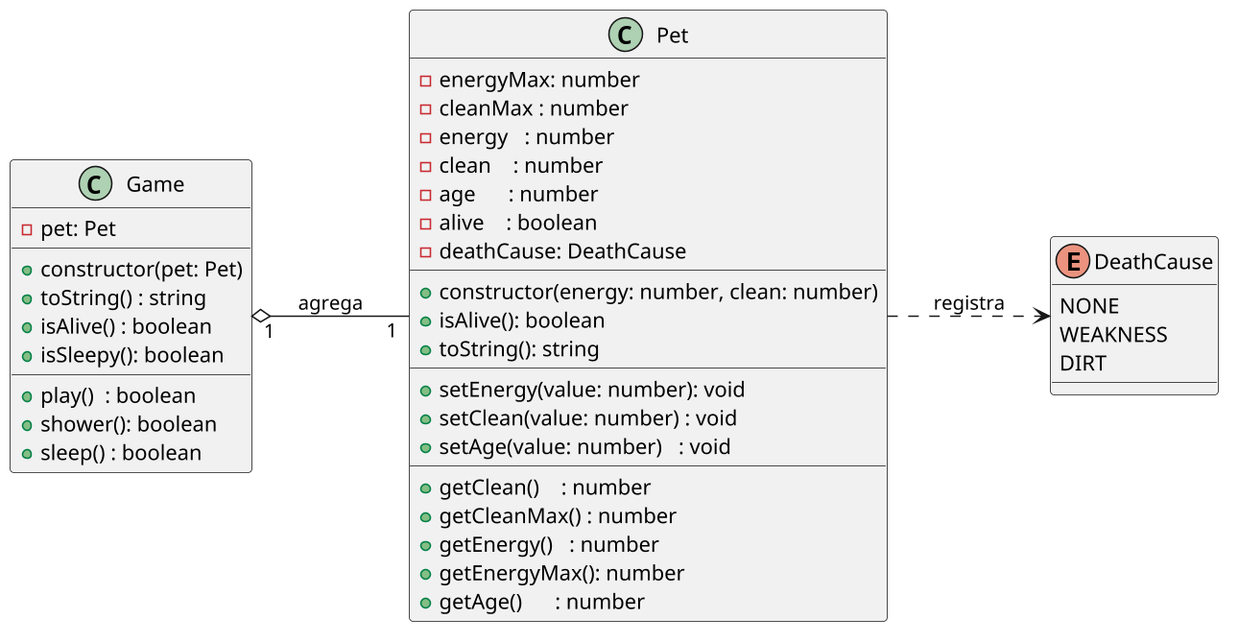
The PlantUML diagram labs/tamagotchi/assets/diagrama.png in qxcodepoo/arcade, before a commit. Source of this version:
```plantuml
@startuml

skinparam defaultFontName "Source Code Pro"
skinparam dpi 150

left to right direction

enum DeathCause {
    NONE
    WEAKNESS
    DIRT
}

class Pet {
    - energyMax: number
    - cleanMax : number
    - energy   : number
    - clean    : number
    - age      : number
    - alive    : boolean
    - deathCause: DeathCause
    __
    + constructor(energy: number, clean: number)
    + isAlive(): boolean
    + toString(): string
    __
    + setEnergy(value: number): void
    + setClean(value: number) : void
    + setAge(value: number)   : void
    __
    + getClean()    : number
    + getCleanMax() : number
    + getEnergy()   : number
    + getEnergyMax(): number
    + getAge()      : number
}

class Game {
    - pet: Pet
    __
    + constructor(pet: Pet)
    + toString() : string
    + isAlive() : boolean
    + isSleepy(): boolean
    __
    + play()  : boolean
    + shower(): boolean
    + sleep() : boolean
}

Game "1" o-- "1" Pet : agrega
Pet ..> DeathCause : registra

@enduml
```
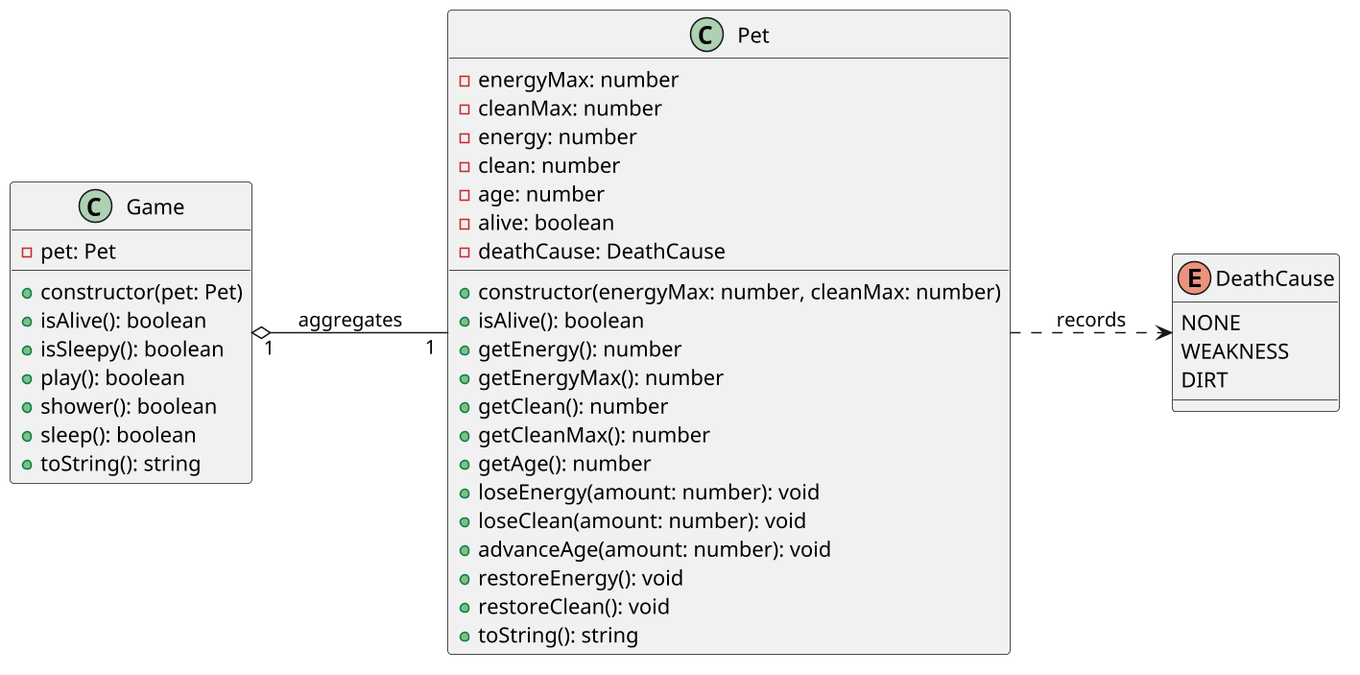
The same diagram one commit later.

Diff of the diagram source:
```diff
@@ -2,53 +2,51 @@
 
 skinparam defaultFontName "Source Code Pro"
 skinparam dpi 150
-
 left to right direction
 
 enum DeathCause {
-    NONE
-    WEAKNESS
-    DIRT
+  NONE
+  WEAKNESS
+  DIRT
 }
 
 class Pet {
-    - energyMax: number
-    - cleanMax : number
-    - energy   : number
-    - clean    : number
-    - age      : number
-    - alive    : boolean
-    - deathCause: DeathCause
-    __
-    + constructor(energy: number, clean: number)
-    + isAlive(): boolean
-    + toString(): string
-    __
-    + setEnergy(value: number): void
-    + setClean(value: number) : void
-    + setAge(value: number)   : void
-    __
-    + getClean()    : number
-    + getCleanMax() : number
-    + getEnergy()   : number
-    + getEnergyMax(): number
-    + getAge()      : number
+  - energyMax: number
+  - cleanMax: number
+  - energy: number
+  - clean: number
+  - age: number
+  - alive: boolean
+  - deathCause: DeathCause
+  __
+  + constructor(energyMax: number, cleanMax: number)
+  + isAlive(): boolean
+  + getEnergy(): number
+  + getEnergyMax(): number
+  + getClean(): number
+  + getCleanMax(): number
+  + getAge(): number
+  + loseEnergy(amount: number): void
+  + loseClean(amount: number): void
+  + advanceAge(amount: number): void
+  + restoreEnergy(): void
+  + restoreClean(): void
+  + toString(): string
 }
 
 class Game {
-    - pet: Pet
-    __
-    + constructor(pet: Pet)
-    + toString() : string
-    + isAlive() : boolean
-    + isSleepy(): boolean
-    __
-    + play()  : boolean
-    + shower(): boolean
-    + sleep() : boolean
+  - pet: Pet
+  __
+  + constructor(pet: Pet)
+  + isAlive(): boolean
+  + isSleepy(): boolean
+  + play(): boolean
+  + shower(): boolean
+  + sleep(): boolean
+  + toString(): string
 }
 
-Game "1" o-- "1" Pet : agrega
-Pet ..> DeathCause : registra
+Game "1" o-- "1" Pet : aggregates
+Pet ..> DeathCause : records
 
 @enduml
```
